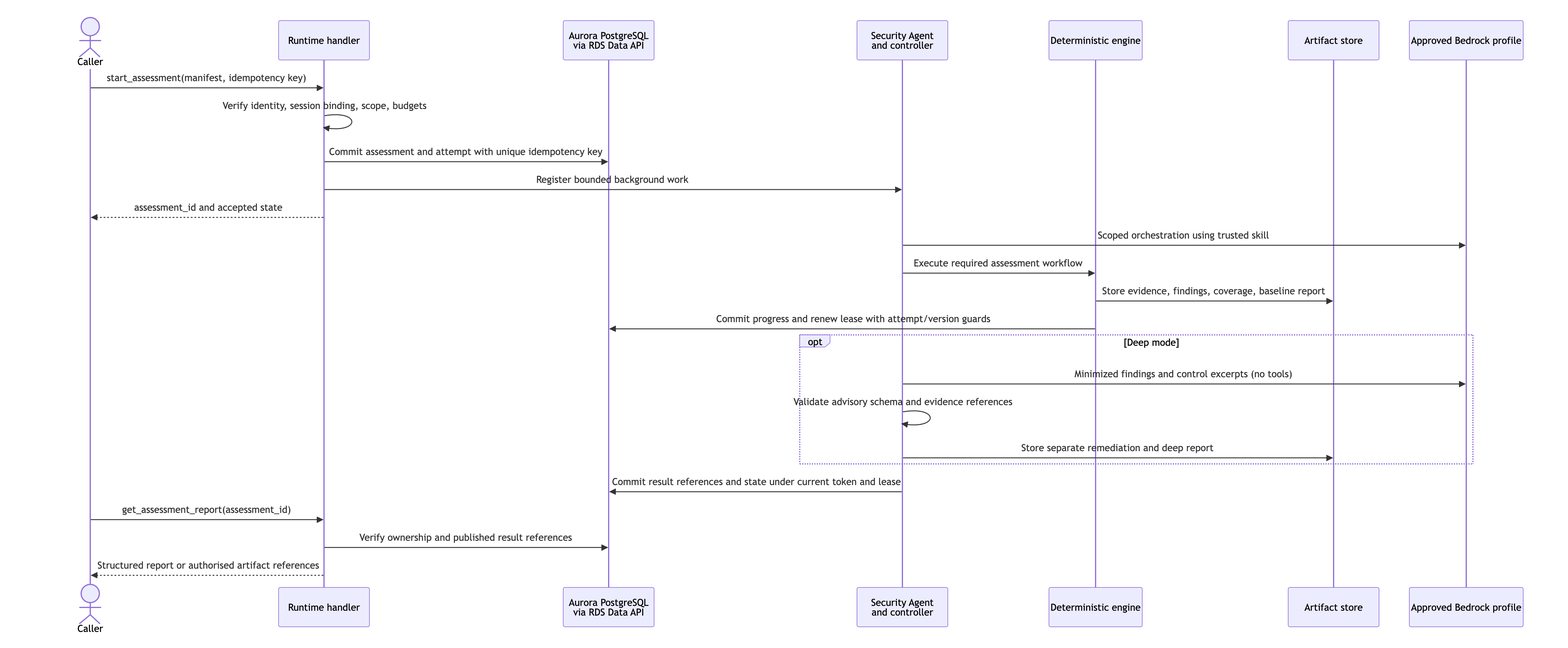
Before: docs/diagrams/assessment-flow.png, a diagram exported from Mermaid (dliu-lab/security-agent). Its source is kept beside it as docs/diagrams/assessment-flow.mmd.
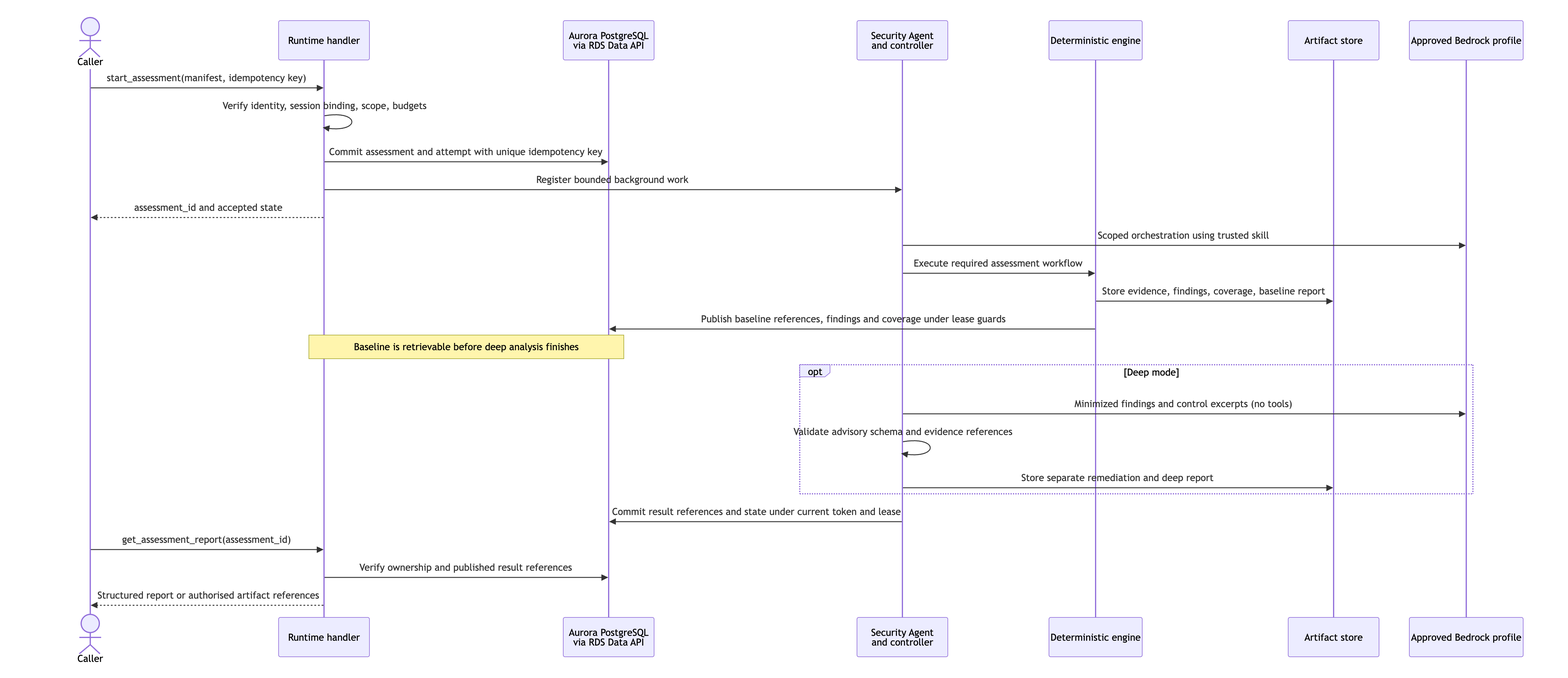
The same file after the commit.

The edit, as a diff of the source:
```diff
@@ -15,7 +15,8 @@
     Agent->>Model: Scoped orchestration using trusted skill
     Agent->>Engine: Execute required assessment workflow
     Engine->>S3: Store evidence, findings, coverage, baseline report
-    Engine->>DB: Commit progress and renew lease with attempt/version guards
+    Engine->>DB: Publish baseline references, findings and coverage under lease guards
+    Note over API,DB: Baseline is retrievable before deep analysis finishes
     opt Deep mode
         Agent->>Model: Minimized findings and control excerpts (no tools)
         Agent->>Agent: Validate advisory schema and evidence references
```
